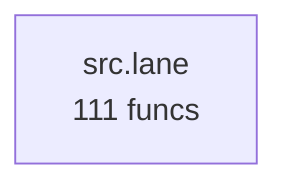
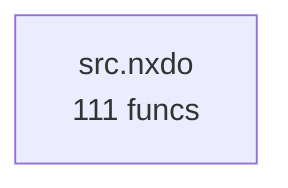
flowchart TD
%% generated in 0.00s
-     src__lane["src.lane<br/>111 funcs"]
+     src__nxdo["src.nxdo<br/>111 funcs"]
